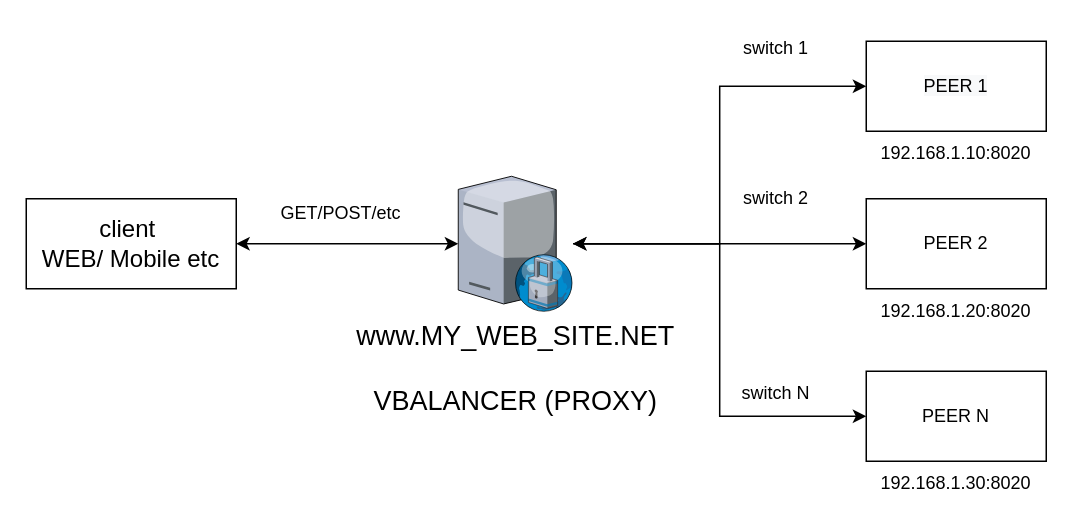
Above: assets/vbalancer.drawio in microup/vbalancer (draw.io), before the change. Source tidied: cells renumbered, new cells numbered last; positions are measured from the earlier drawing's top-left corner, leaving out a move shared by most shapes. Both pictures are drawn from the tidied source at 150%, with x=0, y=0 at pixel (26, 26).
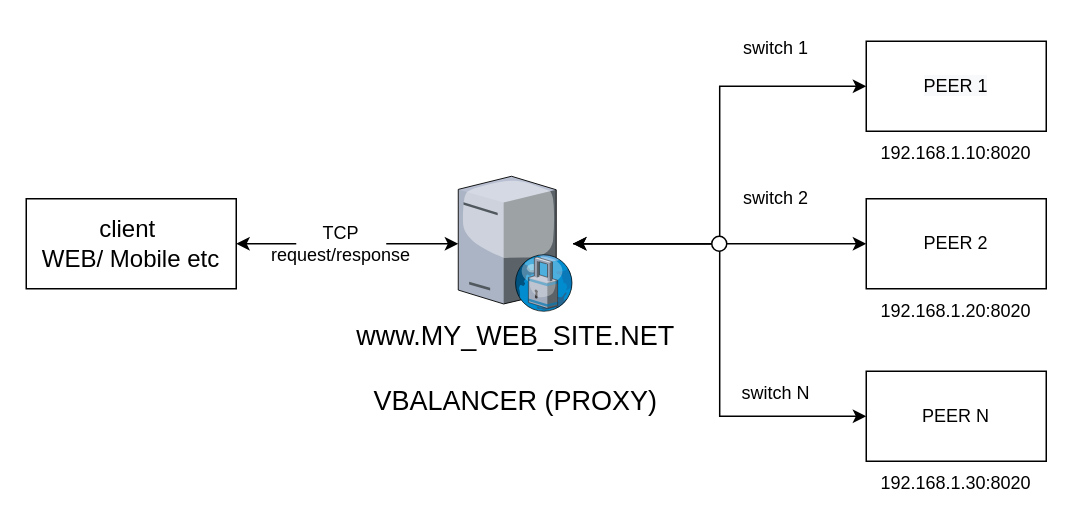
The same page after the edit.

Diff of the diagram source:
```diff
@@
 <mxGraphModel>
   <root>
     <mxCell id="0" />
     <mxCell id="1" parent="0" />
     <mxCell id="2" value="&lt;font style=&quot;font-size: 16px&quot;&gt;client&amp;nbsp;&lt;br&gt;WEB/ Mobile etc&lt;br&gt;&lt;/font&gt;" style="rounded=0;whiteSpace=wrap;html=1;" parent="1" vertex="1">
       <mxGeometry y="115" width="140" height="60" as="geometry" />
     </mxCell>
     <mxCell id="3" value="&lt;font style=&quot;font-size: 18px&quot;&gt;www.MY_WEB_SITE.NET&lt;br&gt;&lt;br&gt;VBALANCER (PROXY)&lt;br&gt;&lt;br&gt;&lt;/font&gt;" style="verticalLabelPosition=bottom;sketch=0;html=1;verticalAlign=top;strokeColor=none;align=center;outlineConnect=0;shape=mxgraph.citrix.proxy_server;" parent="1" vertex="1">
       <mxGeometry x="288" y="100" width="76.5" height="90" as="geometry" />
     </mxCell>
     <mxCell id="4" value="&lt;span style=&quot;color: rgb(0 , 0 , 0) ; font-family: &amp;#34;helvetica&amp;#34; ; font-size: 12px ; font-style: normal ; font-weight: 400 ; letter-spacing: normal ; text-align: center ; text-indent: 0px ; text-transform: none ; word-spacing: 0px ; background-color: rgb(248 , 249 , 250) ; display: inline ; float: none&quot;&gt;PEER 1&lt;/span&gt;" style="rounded=0;whiteSpace=wrap;html=1;" parent="1" vertex="1">
       <mxGeometry x="560" y="10" width="120" height="60" as="geometry" />
     </mxCell>
     <mxCell id="5" value="192.168.1.10:8020" style="text;html=1;strokeColor=none;fillColor=none;align=center;verticalAlign=middle;whiteSpace=wrap;rounded=0;" parent="1" vertex="1">
       <mxGeometry x="560" y="70" width="120" height="30" as="geometry" />
     </mxCell>
     <mxCell id="6" value="&lt;span style=&quot;font-family: &amp;#34;helvetica&amp;#34;&quot;&gt;PEER 2&lt;/span&gt;" style="rounded=0;whiteSpace=wrap;html=1;" parent="1" vertex="1">
       <mxGeometry x="560" y="115" width="120" height="60" as="geometry" />
     </mxCell>
     <mxCell id="7" value="192.168.1.20:8020" style="text;html=1;strokeColor=none;fillColor=none;align=center;verticalAlign=middle;whiteSpace=wrap;rounded=0;" parent="1" vertex="1">
       <mxGeometry x="560" y="175" width="120" height="30" as="geometry" />
     </mxCell>
     <mxCell id="8" value="&lt;span style=&quot;font-family: &amp;#34;helvetica&amp;#34;&quot;&gt;PEER N&lt;/span&gt;" style="rounded=0;whiteSpace=wrap;html=1;" parent="1" vertex="1">
       <mxGeometry x="560" y="230" width="120" height="60" as="geometry" />
     </mxCell>
     <mxCell id="9" value="192.168.1.30:8020" style="text;html=1;strokeColor=none;fillColor=none;align=center;verticalAlign=middle;whiteSpace=wrap;rounded=0;" parent="1" vertex="1">
       <mxGeometry x="560" y="290" width="120" height="30" as="geometry" />
     </mxCell>
-    <mxCell id="10" style="endArrow=classic;startArrow=classic;html=1;rounded=0;edgeStyle=orthogonalEdgeStyle;exitX=1;exitY=0.5;exitDx=0;exitDy=0;" parent="1" edge="1" source="2" target="3">
+    <mxCell id="10" style="endArrow=classic;startArrow=none;html=1;rounded=0;edgeStyle=orthogonalEdgeStyle;exitX=1;exitY=0.5;exitDx=0;exitDy=0;" parent="1" edge="1" source="18" target="3">
       <mxGeometry relative="1" as="geometry" />
     </mxCell>
     <mxCell id="11" style="endArrow=classic;html=1;rounded=0;edgeStyle=orthogonalEdgeStyle;entryX=0;entryY=0.5;entryDx=0;entryDy=0;" parent="1" edge="1" source="3" target="4">
       <mxGeometry relative="1" as="geometry" />
     </mxCell>
     <mxCell id="12" style="endArrow=classic;startArrow=classic;html=1;rounded=0;edgeStyle=orthogonalEdgeStyle;entryX=0;entryY=0.5;entryDx=0;entryDy=0;" parent="1" edge="1" source="3" target="6">
       <mxGeometry relative="1" as="geometry" />
     </mxCell>
     <mxCell id="13" style="endArrow=classic;startArrow=classic;html=1;rounded=0;edgeStyle=orthogonalEdgeStyle;entryX=0;entryY=0.5;entryDx=0;entryDy=0;" parent="1" edge="1" source="3" target="8">
       <mxGeometry relative="1" as="geometry" />
     </mxCell>
     <mxCell id="14" value="switch 1" style="text;html=1;strokeColor=none;fillColor=none;align=center;verticalAlign=middle;whiteSpace=wrap;rounded=0;" parent="1" vertex="1">
       <mxGeometry x="470" width="60" height="30" as="geometry" />
     </mxCell>
     <mxCell id="15" value="switch 2" style="text;html=1;strokeColor=none;fillColor=none;align=center;verticalAlign=middle;whiteSpace=wrap;rounded=0;" parent="1" vertex="1">
       <mxGeometry x="470" y="100" width="60" height="30" as="geometry" />
     </mxCell>
     <mxCell id="16" value="switch N" style="text;html=1;strokeColor=none;fillColor=none;align=center;verticalAlign=middle;whiteSpace=wrap;rounded=0;" parent="1" vertex="1">
       <mxGeometry x="470" y="230" width="60" height="30" as="geometry" />
     </mxCell>
-    <mxCell id="17" value="GET/POST/etc" style="text;html=1;strokeColor=none;fillColor=none;align=center;verticalAlign=middle;whiteSpace=wrap;rounded=0;" parent="1" vertex="1">
-      <mxGeometry x="180" y="110" width="60" height="30" as="geometry" />
-    </mxCell>
+    <mxCell id="18" value="TCP request/response" style="text;html=1;strokeColor=none;fillColor=none;align=center;verticalAlign=middle;whiteSpace=wrap;rounded=0;" parent="1" vertex="1">
+      <mxGeometry x="180" y="130" width="60" height="30" as="geometry" />
+    </mxCell>
+    <mxCell id="19" style="endArrow=none;startArrow=classic;html=1;rounded=0;edgeStyle=orthogonalEdgeStyle;exitX=1;exitY=0.5;exitDx=0;exitDy=0;" parent="1" edge="1" source="2" target="18">
+      <mxGeometry relative="1" as="geometry" />
+    </mxCell>
+    <mxCell id="20" style="ellipse;whiteSpace=wrap;html=1;" parent="1" vertex="1">
+      <mxGeometry x="457" y="140" width="10" height="10" as="geometry" />
+    </mxCell>
   </root>
 </mxGraphModel>
```
